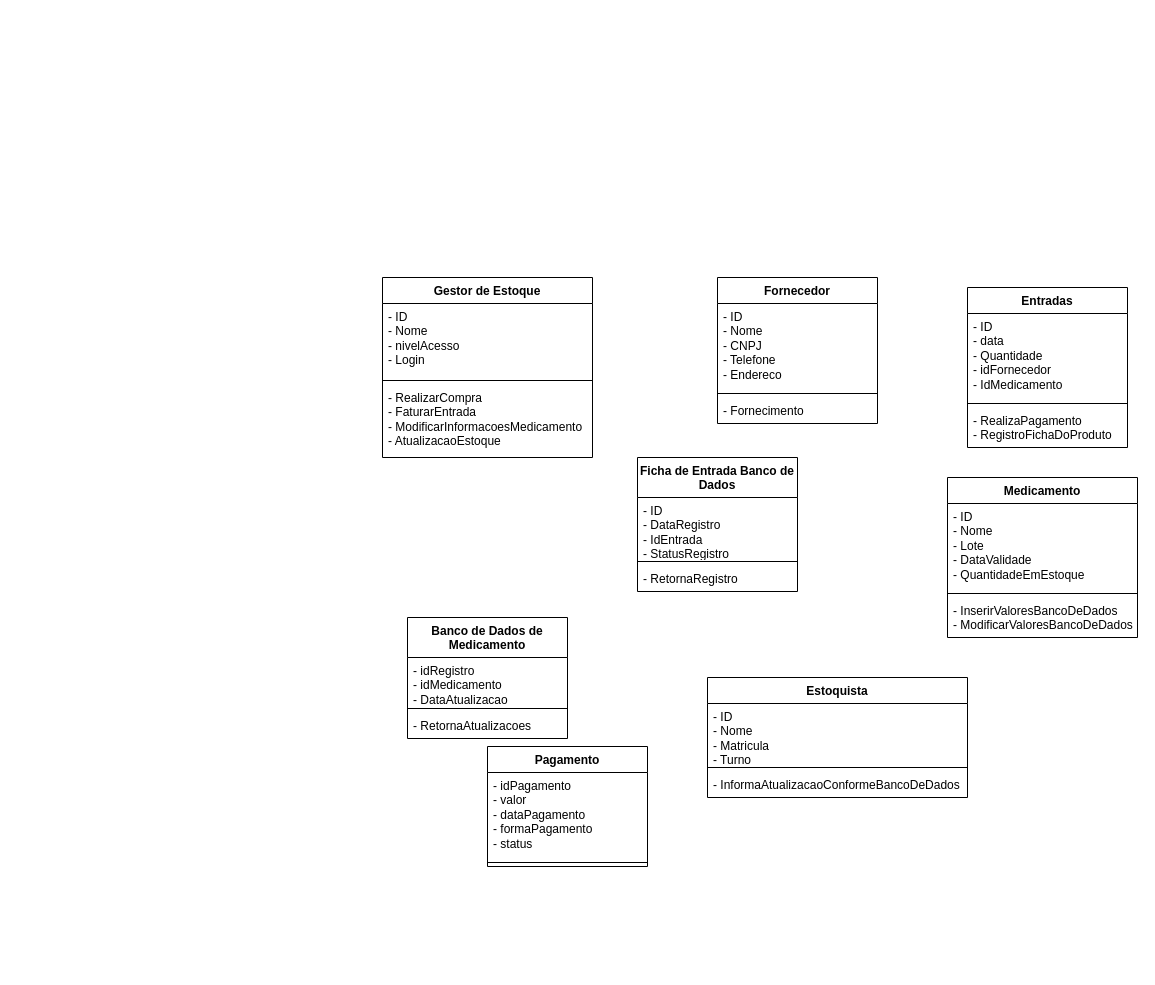
Before: Diagramas/Sequencia/Tarefa-EAD.drawio in codebyitalo/exercicios-curso-tecnico, a draw.io diagram. Source tidied: cells renumbered, new cells numbered last; positions are measured from the earlier drawing's top-left corner, leaving out a move shared by most shapes. Both pictures are drawn from the tidied source at 100%, with x=0, y=0 at pixel (382, 277).
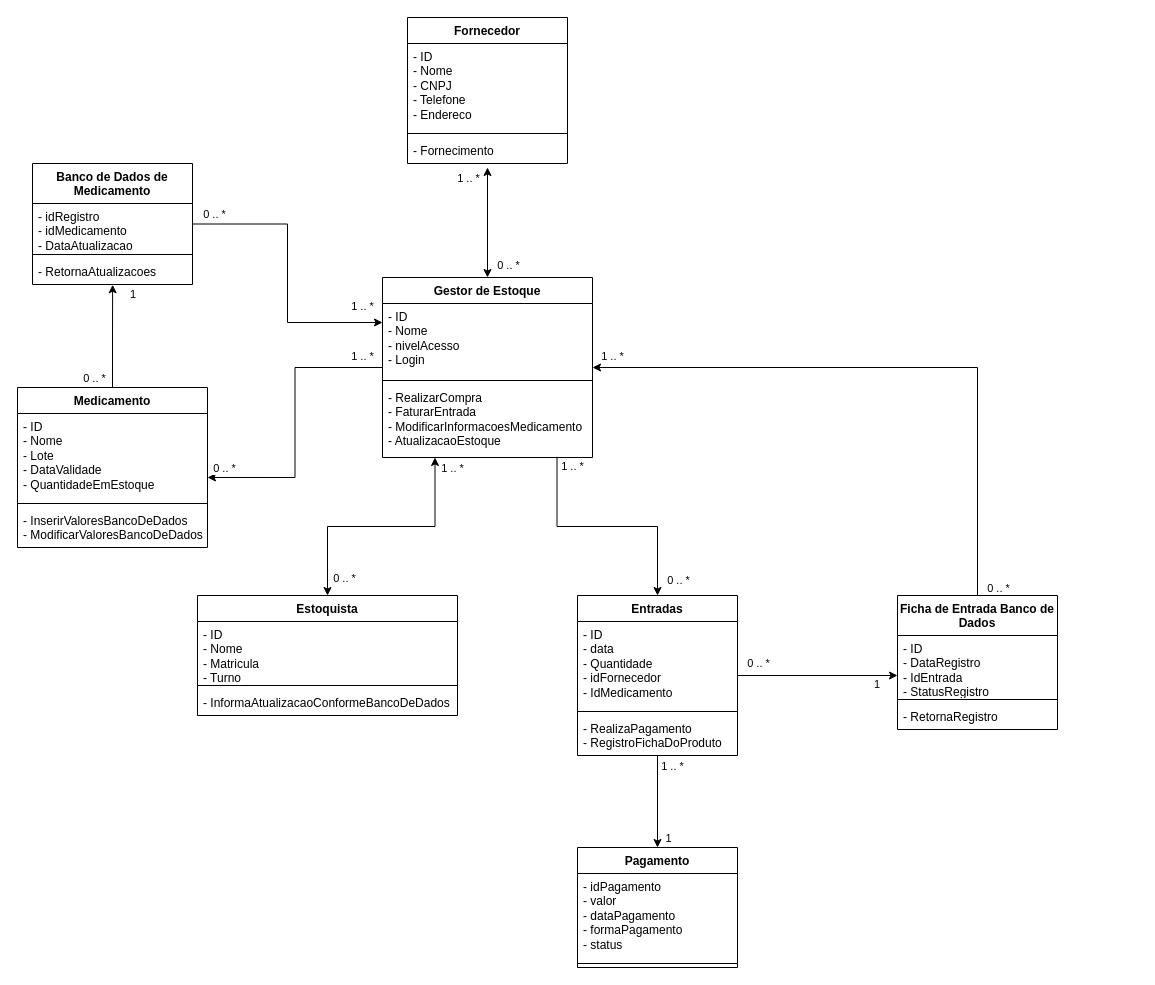
The same page after the edit.

The change refers to these unchanged cells:
```xml
<mxCell id="2" value="Gestor de Estoque" style="swimlane;fontStyle=1;align=center;verticalAlign=top;horizontal=1;startSize=26;whiteSpace=wrap;html=1;" parent="1" vertex="1">
  <mxGeometry width="210" height="180" as="geometry" />
</mxCell>
<mxCell id="5" value="- RealizarCompra&lt;div&gt;- FaturarEntrada&lt;/div&gt;&lt;div&gt;- ModificarInformacoesMedicamento&lt;/div&gt;&lt;div&gt;- AtualizacaoEstoque&lt;/div&gt;" style="text;strokeColor=none;fillColor=none;align=left;verticalAlign=top;spacingLeft=4;spacingRight=4;overflow=hidden;points=[[0,0.5],[1,0.5]];portConstraint=eastwest;whiteSpace=wrap;html=1;" parent="2" vertex="1">
  <mxGeometry y="107" width="210" height="73" as="geometry" />
</mxCell>
<mxCell id="15" value="- ID&lt;div&gt;- DataRegistro&lt;/div&gt;&lt;div&gt;- IdEntrada&lt;/div&gt;&lt;div&gt;- StatusRegistro&lt;/div&gt;" style="text;strokeColor=none;fillColor=none;align=left;verticalAlign=top;spacingLeft=4;spacingRight=4;overflow=hidden;points=[[0,0.5],[1,0.5]];portConstraint=eastwest;whiteSpace=wrap;html=1;" parent="14" vertex="1">
  <mxGeometry y="40" width="160" height="60" as="geometry" />
</mxCell>
<mxCell id="22" value="- ID&lt;div&gt;- Nome&lt;/div&gt;&lt;div&gt;- Lote&lt;/div&gt;&lt;div&gt;- DataValidade&lt;/div&gt;&lt;div&gt;- QuantidadeEmEstoque&lt;/div&gt;" style="text;strokeColor=none;fillColor=none;align=left;verticalAlign=top;spacingLeft=4;spacingRight=4;overflow=hidden;points=[[0,0.5],[1,0.5]];portConstraint=eastwest;whiteSpace=wrap;html=1;" parent="21" vertex="1">
  <mxGeometry y="26" width="190" height="86" as="geometry" />
</mxCell>
<mxCell id="28" value="- RetornaAtualizacoes" style="text;strokeColor=none;fillColor=none;align=left;verticalAlign=top;spacingLeft=4;spacingRight=4;overflow=hidden;points=[[0,0.5],[1,0.5]];portConstraint=eastwest;whiteSpace=wrap;html=1;" parent="25" vertex="1">
  <mxGeometry y="95" width="160" height="26" as="geometry" />
</mxCell>
```

Diff of the diagram source:
```diff
@@
+    <mxCell id="33" style="edgeStyle=orthogonalEdgeStyle;rounded=0;jettySize=auto;html=1;entryX=0.5;entryY=0;entryDx=0;entryDy=0;exitX=0.831;exitY=0.991;exitDx=0;exitDy=0;exitPerimeter=0;" parent="1" edge="1" source="5" target="6">
+      <mxGeometry relative="1" as="geometry" />
+    </mxCell>
+    <mxCell id="34" value="0 .. *" style="edgeLabel;html=1;align=center;verticalAlign=middle;" parent="33" vertex="1">
+      <mxGeometry x="0.87" y="-1" relative="1" as="geometry">
+        <mxPoint x="21" as="offset" />
+      </mxGeometry>
+    </mxCell>
+    <mxCell id="35" style="edgeStyle=orthogonalEdgeStyle;rounded=0;jettySize=auto;html=1;exitX=0.25;exitY=1;exitDx=0;exitDy=0;startArrow=classic;startFill=1;" parent="1" edge="1" source="2" target="10">
+      <mxGeometry relative="1" as="geometry" />
+    </mxCell>
@@
+    <mxCell id="36" style="edgeStyle=orthogonalEdgeStyle;rounded=0;jettySize=auto;html=1;entryX=0.5;entryY=0;entryDx=0;entryDy=0;" parent="1" edge="1" source="6" target="18">
+      <mxGeometry relative="1" as="geometry" />
+    </mxCell>
+    <mxCell id="37" style="edgeStyle=orthogonalEdgeStyle;rounded=0;jettySize=auto;html=1;entryX=0;entryY=0.667;entryDx=0;entryDy=0;entryPerimeter=0;" parent="1" edge="1" source="6" target="15">
+      <mxGeometry relative="1" as="geometry" />
+    </mxCell>
     <mxCell id="6" value="Entradas" style="swimlane;fontStyle=1;align=center;verticalAlign=top;horizontal=1;startSize=26;whiteSpace=wrap;html=1;" parent="1" vertex="1">
-      <mxGeometry x="585" y="10" width="160" height="160" as="geometry" />
+      <mxGeometry x="195" y="318" width="160" height="160" as="geometry" />
     </mxCell>
@@
     <mxCell id="10" value="Estoquista" style="swimlane;fontStyle=1;align=center;verticalAlign=top;horizontal=1;startSize=26;whiteSpace=wrap;html=1;" parent="1" vertex="1">
-      <mxGeometry x="325" y="400" width="260" height="120" as="geometry" />
+      <mxGeometry x="-185" y="318" width="260" height="120" as="geometry" />
     </mxCell>
@@
+    <mxCell id="38" style="edgeStyle=orthogonalEdgeStyle;rounded=0;jettySize=auto;html=1;entryX=1;entryY=0.5;entryDx=0;entryDy=0;" parent="1" edge="1" source="14" target="2">
+      <mxGeometry relative="1" as="geometry">
+        <Array as="points">
+          <mxPoint x="595" y="90" />
+        </Array>
+      </mxGeometry>
+    </mxCell>
     <mxCell id="14" value="Ficha de Entrada Banco de Dados" style="swimlane;fontStyle=1;align=center;verticalAlign=top;horizontal=1;startSize=40;whiteSpace=wrap;html=1;" parent="1" vertex="1">
-      <mxGeometry x="255" y="180" width="160" height="134" as="geometry" />
+      <mxGeometry x="515" y="318" width="160" height="134" as="geometry" />
     </mxCell>
@@
     <mxCell id="18" value="Pagamento" style="swimlane;fontStyle=1;align=center;verticalAlign=top;horizontal=1;startSize=26;whiteSpace=wrap;html=1;" parent="1" vertex="1">
-      <mxGeometry x="105" y="469" width="160" height="120" as="geometry" />
+      <mxGeometry x="195" y="570" width="160" height="120" as="geometry" />
     </mxCell>
@@
     <mxCell id="21" value="Medicamento&lt;div&gt;&lt;br&gt;&lt;/div&gt;" style="swimlane;fontStyle=1;align=center;verticalAlign=top;horizontal=1;startSize=26;whiteSpace=wrap;html=1;" parent="1" vertex="1">
-      <mxGeometry x="565" y="200" width="190" height="160" as="geometry" />
+      <mxGeometry x="-365" y="110" width="190" height="160" as="geometry" />
     </mxCell>
@@
+    <mxCell id="39" style="edgeStyle=orthogonalEdgeStyle;rounded=0;jettySize=auto;html=1;entryX=0;entryY=0.25;entryDx=0;entryDy=0;" parent="1" edge="1" source="25" target="2">
+      <mxGeometry relative="1" as="geometry" />
+    </mxCell>
     <mxCell id="25" value="Banco de Dados de Medicamento" style="swimlane;fontStyle=1;align=center;verticalAlign=top;horizontal=1;startSize=40;whiteSpace=wrap;html=1;" parent="1" vertex="1">
-      <mxGeometry x="25" y="340" width="160" height="121" as="geometry" />
+      <mxGeometry x="-350" y="-114" width="160" height="121" as="geometry" />
     </mxCell>
@@
     <mxCell id="29" value="Fornecedor" style="swimlane;fontStyle=1;align=center;verticalAlign=top;horizontal=1;startSize=26;whiteSpace=wrap;html=1;" parent="1" vertex="1">
-      <mxGeometry x="335" width="160" height="146" as="geometry" />
+      <mxGeometry x="25" y="-260" width="160" height="146" as="geometry" />
     </mxCell>
@@
+    <mxCell id="40" style="edgeStyle=orthogonalEdgeStyle;rounded=0;jettySize=auto;html=1;startArrow=classic;startFill=1;" parent="1" edge="1" source="2">
+      <mxGeometry relative="1" as="geometry">
+        <mxPoint x="105" y="-110" as="targetPoint" />
+      </mxGeometry>
+    </mxCell>
+    <mxCell id="41" value="0 .. *" style="edgeLabel;html=1;align=center;verticalAlign=middle;" parent="40" vertex="1">
+      <mxGeometry x="-0.77" y="-1" relative="1" as="geometry">
+        <mxPoint x="19" as="offset" />
+      </mxGeometry>
+    </mxCell>
+    <mxCell id="42" style="edgeStyle=orthogonalEdgeStyle;rounded=0;jettySize=auto;html=1;entryX=1;entryY=0.744;entryDx=0;entryDy=0;entryPerimeter=0;" parent="1" edge="1" source="2" target="22">
+      <mxGeometry relative="1" as="geometry" />
+    </mxCell>
+    <mxCell id="43" style="edgeStyle=orthogonalEdgeStyle;rounded=0;jettySize=auto;html=1;entryX=0.501;entryY=1.01;entryDx=0;entryDy=0;entryPerimeter=0;" parent="1" edge="1" source="21" target="28">
+      <mxGeometry relative="1" as="geometry" />
+    </mxCell>
+    <mxCell id="44" value="1 .. *" style="edgeLabel;html=1;align=center;verticalAlign=middle;" parent="1" vertex="1">
+      <mxGeometry x="85" y="-100" as="geometry" />
+    </mxCell>
+    <mxCell id="45" value="1 .. *" style="edgeLabel;html=1;align=center;verticalAlign=middle;" parent="1" vertex="1">
+      <mxGeometry x="185" y="190" as="geometry">
+        <mxPoint x="4" y="-2" as="offset" />
+      </mxGeometry>
+    </mxCell>
+    <mxCell id="46" value="1 .. *" style="edgeLabel;html=1;align=center;verticalAlign=middle;" parent="1" vertex="1">
+      <mxGeometry x="65" y="192" as="geometry">
+        <mxPoint x="4" y="-2" as="offset" />
+      </mxGeometry>
+    </mxCell>
+    <mxCell id="47" value="0 .. *" style="edgeLabel;html=1;align=center;verticalAlign=middle;" parent="1" vertex="1">
+      <mxGeometry x="-35" y="310" as="geometry">
+        <mxPoint x="-4" y="-10" as="offset" />
+      </mxGeometry>
+    </mxCell>
+    <mxCell id="48" value="0 .. *" style="edgeLabel;html=1;align=center;verticalAlign=middle;" parent="1" vertex="1">
+      <mxGeometry x="-155" y="200" as="geometry">
+        <mxPoint x="-4" y="-10" as="offset" />
+      </mxGeometry>
+    </mxCell>
+    <mxCell id="49" value="1 .. *" style="edgeLabel;html=1;align=center;verticalAlign=middle;" parent="1" vertex="1">
+      <mxGeometry x="-25" y="80" as="geometry">
+        <mxPoint x="4" y="-2" as="offset" />
+      </mxGeometry>
+    </mxCell>
+    <mxCell id="50" value="1&amp;nbsp;" style="edgeLabel;html=1;align=center;verticalAlign=middle;" parent="1" vertex="1">
+      <mxGeometry x="-255" y="10" as="geometry">
+        <mxPoint x="6" y="6" as="offset" />
+      </mxGeometry>
+    </mxCell>
+    <mxCell id="51" value="0 .. *" style="edgeLabel;html=1;align=center;verticalAlign=middle;" parent="1" vertex="1">
+      <mxGeometry x="-285" y="110" as="geometry">
+        <mxPoint x="-4" y="-10" as="offset" />
+      </mxGeometry>
+    </mxCell>
+    <mxCell id="52" value="0 .. *" style="edgeLabel;html=1;align=center;verticalAlign=middle;" parent="1" vertex="1">
+      <mxGeometry x="-165" y="-53.5" as="geometry">
+        <mxPoint x="-4" y="-10" as="offset" />
+      </mxGeometry>
+    </mxCell>
+    <mxCell id="53" value="1 .. *" style="edgeLabel;html=1;align=center;verticalAlign=middle;" parent="1" vertex="1">
+      <mxGeometry x="-25" y="30" as="geometry">
+        <mxPoint x="4" y="-2" as="offset" />
+      </mxGeometry>
+    </mxCell>
+    <mxCell id="54" value="1" style="edgeLabel;html=1;align=center;verticalAlign=middle;" parent="1" vertex="1">
+      <mxGeometry x="285" y="560" as="geometry" />
+    </mxCell>
+    <mxCell id="55" value="1 .. *" style="edgeLabel;html=1;align=center;verticalAlign=middle;" parent="1" vertex="1">
+      <mxGeometry x="285" y="490" as="geometry">
+        <mxPoint x="4" y="-2" as="offset" />
+      </mxGeometry>
+    </mxCell>
+    <mxCell id="56" value="1&amp;nbsp;" style="edgeLabel;html=1;align=center;verticalAlign=middle;" parent="1" vertex="1">
+      <mxGeometry x="489" y="400" as="geometry">
+        <mxPoint x="6" y="6" as="offset" />
+      </mxGeometry>
+    </mxCell>
+    <mxCell id="57" value="0 .. *" style="edgeLabel;html=1;align=center;verticalAlign=middle;" parent="1" vertex="1">
+      <mxGeometry x="375" y="385" as="geometry" />
+    </mxCell>
+    <mxCell id="58" value="1 .. *" style="edgeLabel;html=1;align=center;verticalAlign=middle;" parent="1" vertex="1">
+      <mxGeometry x="225" y="80" as="geometry">
+        <mxPoint x="4" y="-2" as="offset" />
+      </mxGeometry>
+    </mxCell>
+    <mxCell id="59" value="0 .. *" style="edgeLabel;html=1;align=center;verticalAlign=middle;" parent="1" vertex="1">
+      <mxGeometry x="615" y="310" as="geometry" />
+    </mxCell>
```
